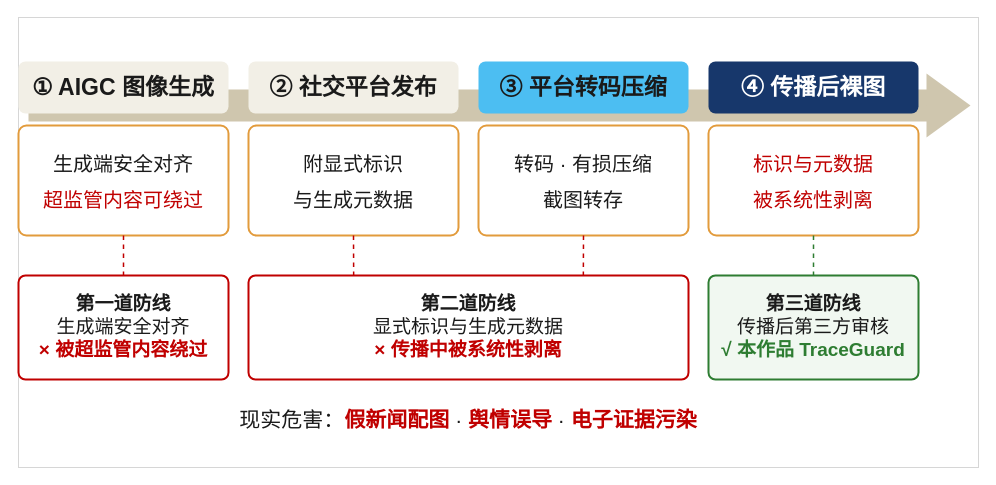
This is docs/figures/background/background_threat_chain_drawio_v3.drawio from Suaiii/TraceGuard, a draw.io file, before an edit. Source tidied: cells renumbered, new cells numbered last; positions are measured from the earlier drawing's top-left corner, leaving out a move shared by most shapes. Both pictures are drawn from the tidied source at 100%, with x=0, y=0 at pixel (18, 17).
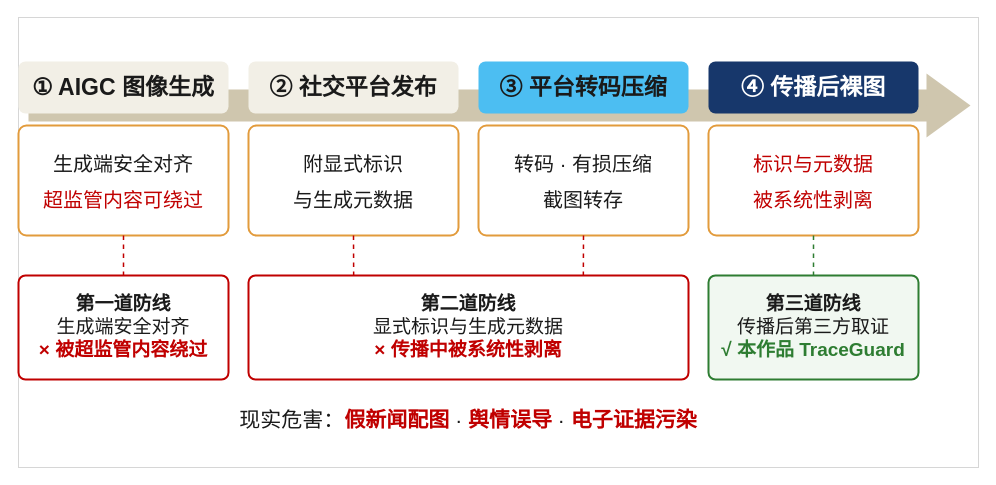
The same page after the edit.

Commit message (it also covers changes not shown here):
报告红线修正：测试数字纠偏 + 取证/网络传播用词统一 + 图1.1同步

Change to the diagram source:
```diff
@@
-    <mxCell id="23" value="&lt;b&gt;第三道防线&lt;/b&gt;&lt;br&gt;传播后第三方审核&lt;br&gt;&lt;font color=&quot;#2E7D32&quot;&gt;&lt;b&gt;√ 本作品 TraceGuard&lt;/b&gt;&lt;/font&gt;" style="rounded=1;absoluteArcSize=1;arcSize=14;whiteSpace=wrap;html=1;fillColor=#FFFFFF;strokeWidth=2;align=center;verticalAlign=middle;fontSize=19;fontFamily=Microsoft YaHei;strokeColor=#2E7D32;fillColor=#F1F8F1;fontColor=#1A1A1A;" parent="1" vertex="1">
+    <mxCell id="23" value="&lt;b&gt;第三道防线&lt;/b&gt;&lt;br&gt;传播后第三方取证&lt;br&gt;&lt;font color=&quot;#2E7D32&quot;&gt;&lt;b&gt;√ 本作品 TraceGuard&lt;/b&gt;&lt;/font&gt;" style="rounded=1;absoluteArcSize=1;arcSize=14;whiteSpace=wrap;html=1;fillColor=#FFFFFF;strokeWidth=2;align=center;verticalAlign=middle;fontSize=19;fontFamily=Microsoft YaHei;strokeColor=#2E7D32;fillColor=#F1F8F1;fontColor=#1A1A1A;" parent="1" vertex="1">
       <mxGeometry x="690" y="258" width="210" height="104" as="geometry" />
     </mxCell>
```
